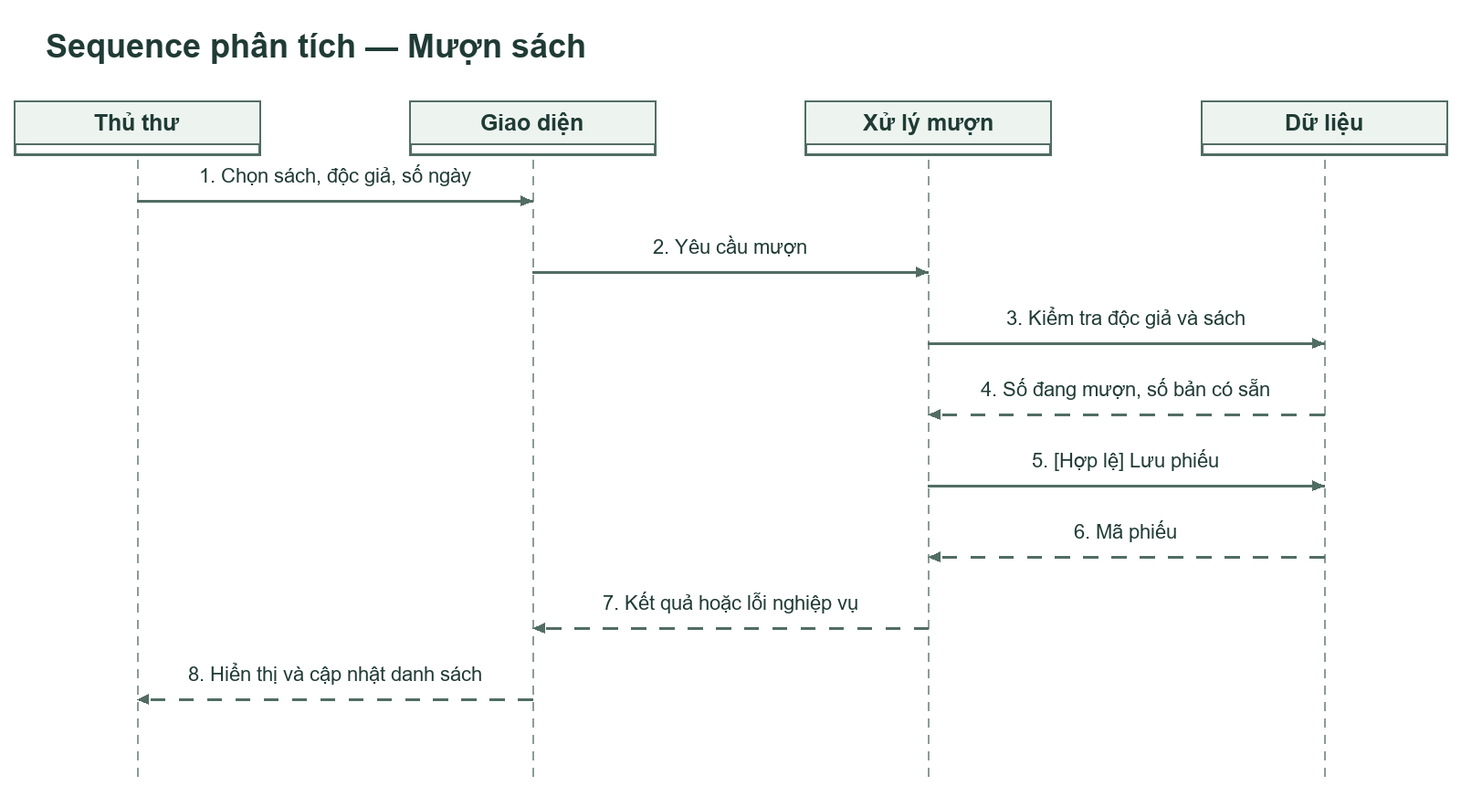
This is docs/uml/03_seq_borrow.png from khoiln218/ThuVienMini, a PlantUML export, as it was before one commit. Its source is kept beside it as docs/uml/03_seq_borrow.puml.
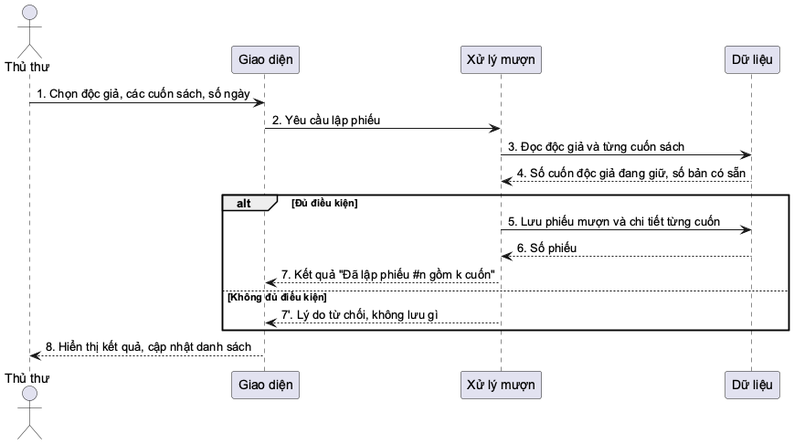
Later version of the same file.

Change to the diagram source:
```diff
@@ -1,17 +1,20 @@
 @startuml
 skinparam defaultFontName Arial
 skinparam shadowing false
-participant "Thủ thư" as P0
+actor "Thủ thư" as P0
 participant "Giao diện" as P1
 participant "Xử lý mượn" as P2
 participant "Dữ liệu" as P3
-P0 -> P1: 1. Chọn sách, độc giả, số ngày
-P1 -> P2: 2. Yêu cầu mượn
-P2 -> P3: 3. Kiểm tra độc giả và sách
-P3 --> P2: 4. Số đang mượn, số bản có sẵn
-P2 -> P3: 5. [Hợp lệ] Lưu phiếu
-P3 --> P2: 6. Mã phiếu
-P2 --> P1: 7. Kết quả hoặc lỗi nghiệp vụ
-P1 --> P0: 8. Hiển thị và cập nhật danh sách
-
+P0 -> P1: 1. Chọn độc giả, các cuốn sách, số ngày
+P1 -> P2: 2. Yêu cầu lập phiếu
+P2 -> P3: 3. Đọc độc giả và từng cuốn sách
+P3 --> P2: 4. Số cuốn độc giả đang giữ, số bản có sẵn
+alt Đủ điều kiện
+  P2 -> P3: 5. Lưu phiếu mượn và chi tiết từng cuốn
+  P3 --> P2: 6. Số phiếu
+  P2 --> P1: 7. Kết quả "Đã lập phiếu #n gồm k cuốn"
+else Không đủ điều kiện
+  P2 --> P1: 7'. Lý do từ chối, không lưu gì
+end
+P1 --> P0: 8. Hiển thị kết quả, cập nhật danh sách
 @enduml
```
